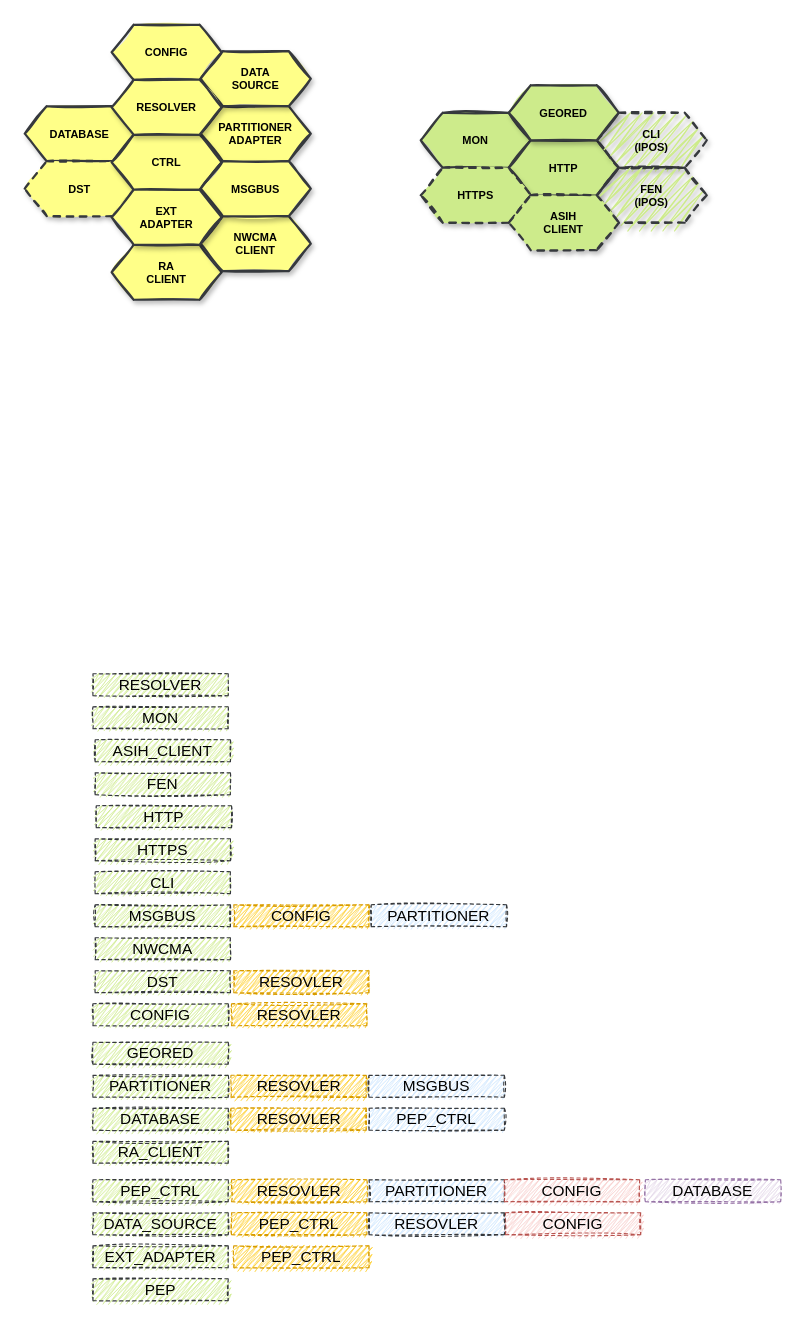
This is page "第 3 页" (3 of 5) of http_server.drawio from SunLucc/Test, a draw.io file, before an edit. Source tidied: cells renumbered, new cells numbered last; positions are measured from the earlier drawing's top-left corner, leaving out a move shared by most shapes. Both pictures are drawn from the tidied source at 110%, with x=0, y=0 at pixel (24, 24).
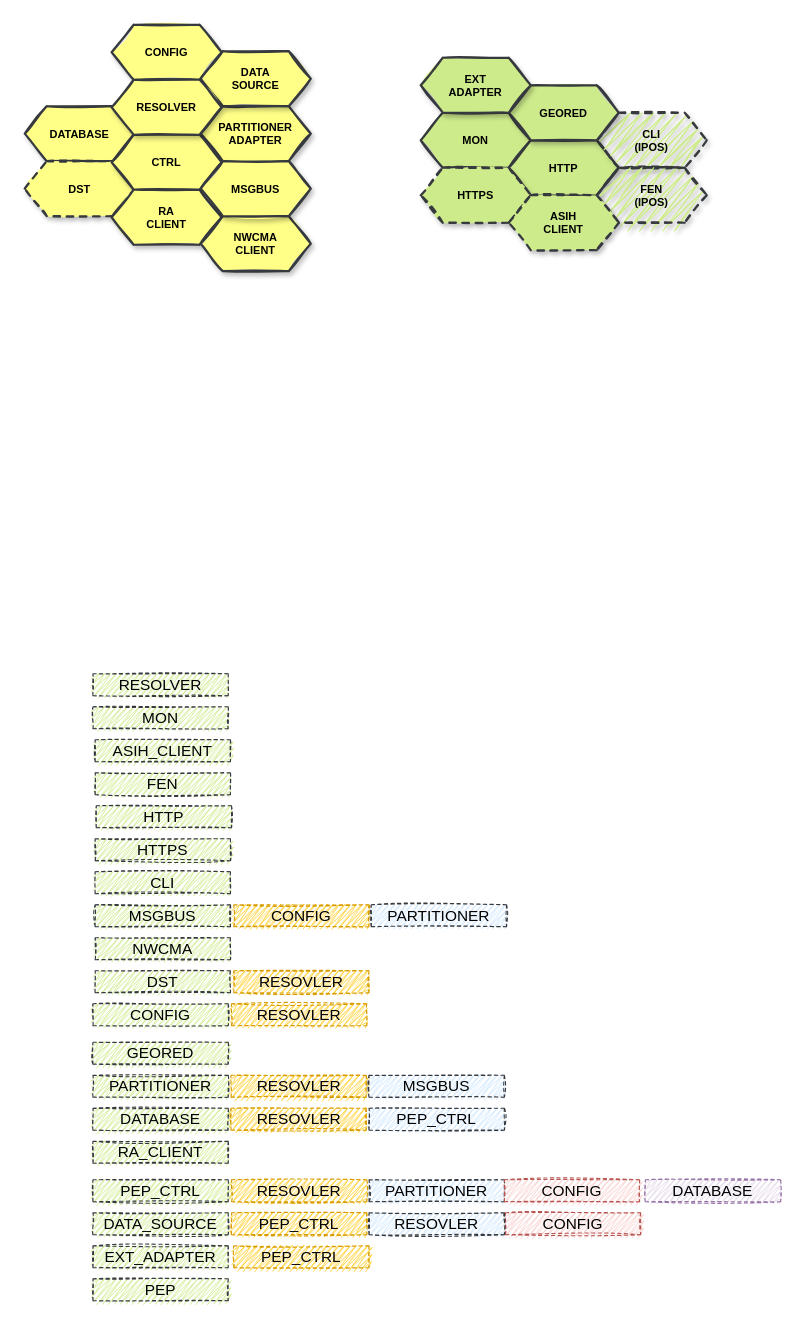
The same page after the edit.

Change to the diagram source:
```diff
@@
     <mxCell id="13" value="&lt;b style=&quot;font-size: 10px;&quot;&gt;RA&lt;br&gt;CLIENT&lt;br&gt;&lt;/b&gt;" style="shape=hexagon;perimeter=hexagonPerimeter2;whiteSpace=wrap;html=1;fixedSize=1;fillStyle=solid;fillColor=#ffff88;strokeColor=#36393d;fontSize=10;rounded=0;shadow=1;sketch=1;strokeWidth=2;" parent="1" vertex="1">
-      <mxGeometry x="79" y="200" width="100" height="50" as="geometry" />
+      <mxGeometry x="79" y="150" width="100" height="50" as="geometry" />
     </mxCell>
@@
-    <mxCell id="20" value="&lt;b style=&quot;font-size: 10px;&quot;&gt;EXT&lt;br&gt;ADAPTER&lt;br&gt;&lt;/b&gt;" style="shape=hexagon;perimeter=hexagonPerimeter2;whiteSpace=wrap;html=1;fixedSize=1;fillStyle=solid;fillColor=#ffff88;strokeColor=#36393d;fontSize=10;rounded=0;shadow=1;sketch=1;strokeWidth=2;" parent="1" vertex="1">
-      <mxGeometry x="79" y="150" width="100" height="50" as="geometry" />
+    <mxCell id="20" value="&lt;b style=&quot;font-size: 10px;&quot;&gt;EXT&lt;br&gt;ADAPTER&lt;br&gt;&lt;/b&gt;" style="shape=hexagon;perimeter=hexagonPerimeter2;whiteSpace=wrap;html=1;fixedSize=1;fillStyle=solid;fillColor=#cdeb8b;strokeColor=#36393d;fontSize=10;rounded=0;shadow=1;sketch=1;strokeWidth=2;" parent="1" vertex="1">
+      <mxGeometry x="360" y="30" width="100" height="50" as="geometry" />
     </mxCell>
```
